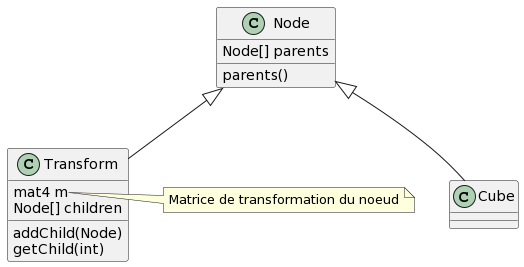
This is sujet/imgs/lab-2-diagram.png from ETS-LOG750/lab-2, a PlantUML export, as it was before one commit. The source it was exported from:
```plantuml
@startuml
class Node {
  Node[] parents
  parents()
}

class Cube {

}

class Transform {
  mat4 m
  Node[] children

  addChild(Node)
  getChild(int)
}

Node <|-- Cube
Node <|-- Transform

note right of Transform::m
  Matrice de transformation du noeud
end note
@enduml
```
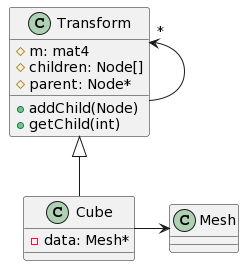
The same file after the commit.

Change to the diagram source:
```diff
@@ -1,25 +1,18 @@
 @startuml
-class Node {
-  Node[] parents
-  parents()
+class Transform {
+  #m: mat4
+  #children: Node[]
+  #parent: Node*
+
+  +addChild(Node)
+  +getChild(int)
 }
 
 class Cube {
-
+   -data: Mesh*
 }
 
-class Transform {
-  mat4 m
-  Node[] children
-
-  addChild(Node)
-  getChild(int)
-}
-
-Node <|-- Cube
-Node <|-- Transform
-
-note right of Transform::m
-  Matrice de transformation du noeud
-end note
+Transform <|-- Cube
+Mesh <-l- Cube
+Transform "*" <-- Transform
 @enduml
```
